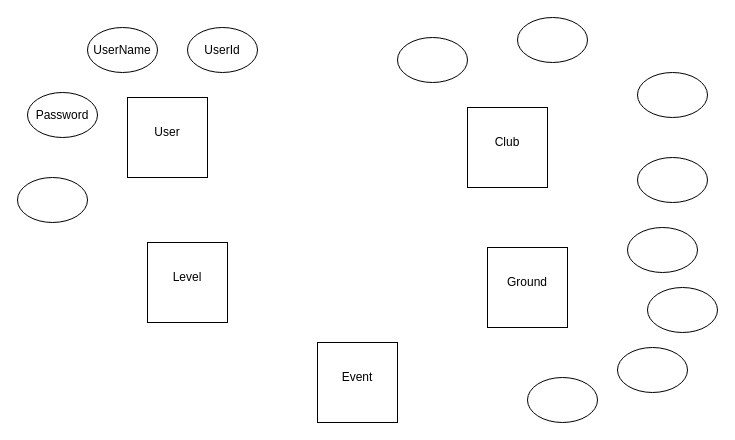
Above: Untitled Diagram.drawio in chamithopatha/Crickfix (draw.io), before the change. Source tidied: cells renumbered, new cells numbered last; positions are measured from the earlier drawing's top-left corner, leaving out a move shared by most shapes. Both pictures are drawn from the tidied source at 100%, with x=0, y=0 at pixel (17, 17).
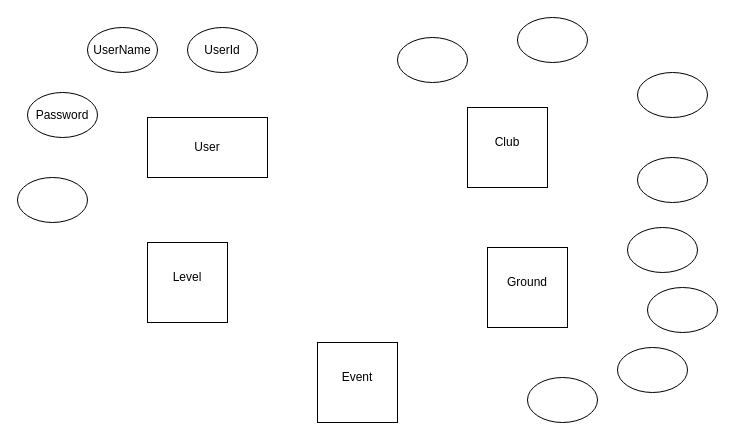
After the change.

Commit message:
ER Diagram - Cricket Fixture App

The edit, as a diff of the source:
```diff
@@
-    <mxCell id="2" style="whiteSpace=wrap;html=1;" parent="1" vertex="1">
-      <mxGeometry x="110" y="80" width="80" height="80" as="geometry" />
-    </mxCell>
-    <mxCell id="3" value="User" style="text;html=1;strokeColor=none;fillColor=none;align=center;verticalAlign=middle;whiteSpace=wrap;rounded=0;" parent="1" vertex="1">
-      <mxGeometry x="120" y="100" width="60" height="30" as="geometry" />
-    </mxCell>
@@
+    <mxCell id="24" style="rounded=0;whiteSpace=wrap;html=1;" parent="1" vertex="1">
+      <mxGeometry x="130" y="100" width="120" height="60" as="geometry" />
+    </mxCell>
+    <mxCell id="3" value="User" style="text;html=1;strokeColor=none;fillColor=none;align=center;verticalAlign=middle;whiteSpace=wrap;rounded=0;" parent="1" vertex="1">
+      <mxGeometry x="160" y="115" width="60" height="30" as="geometry" />
+    </mxCell>
```
